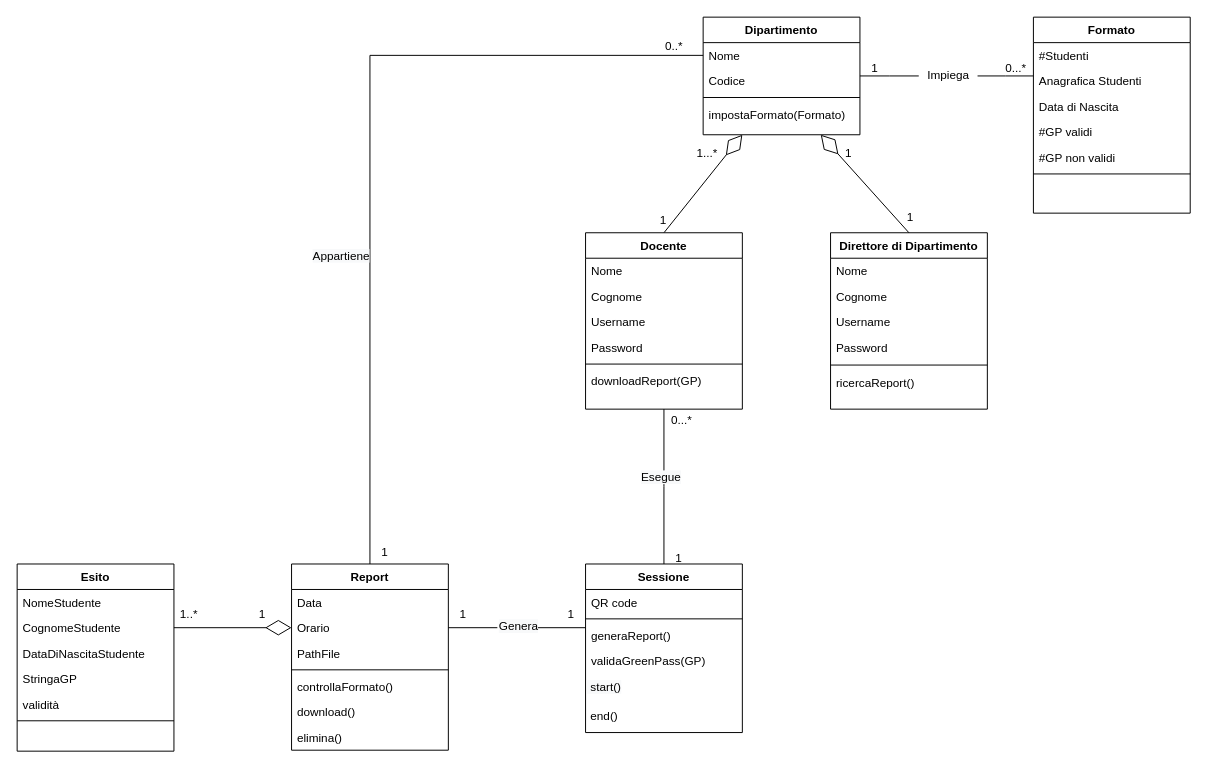
Above: Documentazione/Resources/Class Diagram/Class Diagram.drawio in Alberto-00/EasyPass (draw.io), before the change. Source tidied: cells renumbered, new cells numbered last; positions are measured from the earlier drawing's top-left corner, leaving out a move shared by most shapes. Both pictures are drawn from the tidied source at 98%, with x=0, y=0 at pixel (17, 17).
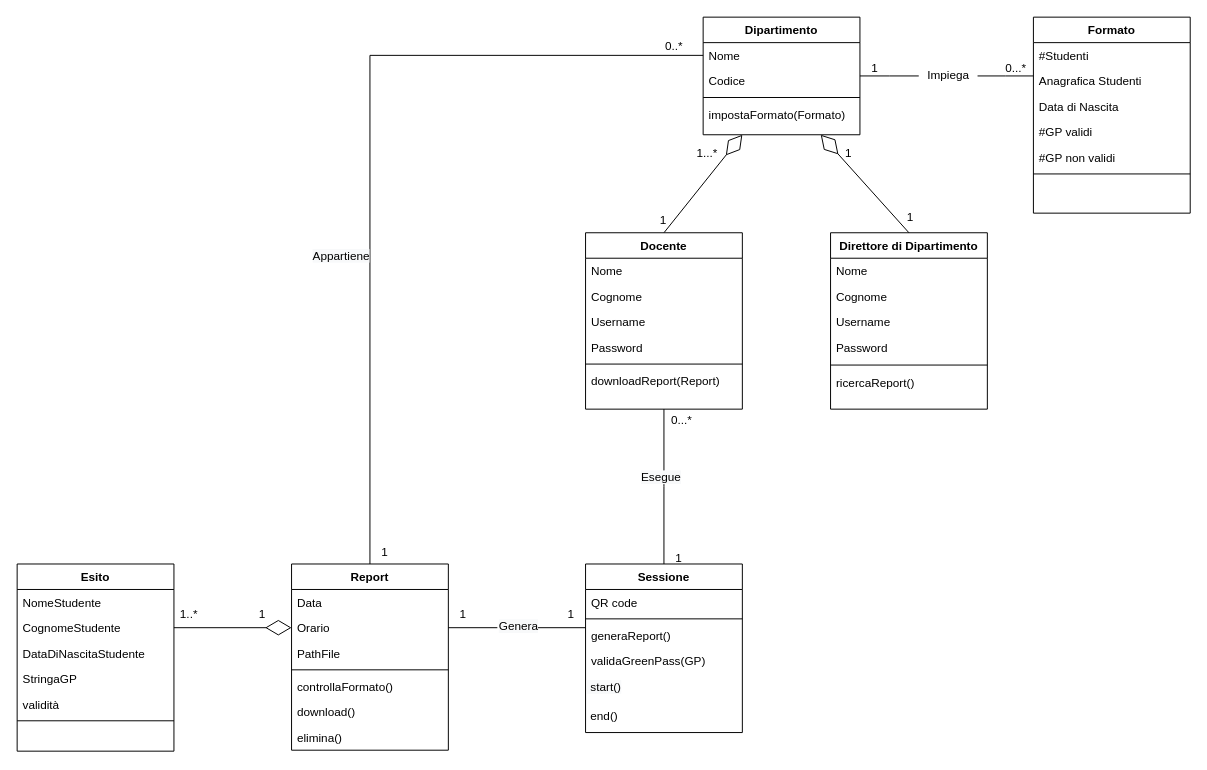
After the change.

Commit message (it also covers changes not shown here):
Class Diagram

The change refers to these unchanged cells:
```xml
<mxCell id="57" value="Docente" style="swimlane;fontStyle=1;align=center;verticalAlign=top;horizontal=1;startSize=26;rounded=0;shadow=0;strokeWidth=1;" parent="1" vertex="1">
  <mxGeometry x="580" y="220" width="160" height="180" as="geometry" />
</mxCell>
```

Diff of the diagram source:
```diff
@@
-    <mxCell id="63" value="downloadReport(GP)" style="text;align=left;verticalAlign=top;spacingLeft=4;spacingRight=4;overflow=hidden;rounded=0;shadow=0;html=0;" parent="57" vertex="1">
+    <mxCell id="63" value="downloadReport(Report)" style="text;align=left;verticalAlign=top;spacingLeft=4;spacingRight=4;overflow=hidden;rounded=0;shadow=0;html=0;" parent="57" vertex="1">
       <mxGeometry y="138" width="160" height="26" as="geometry" />
     </mxCell>
```
